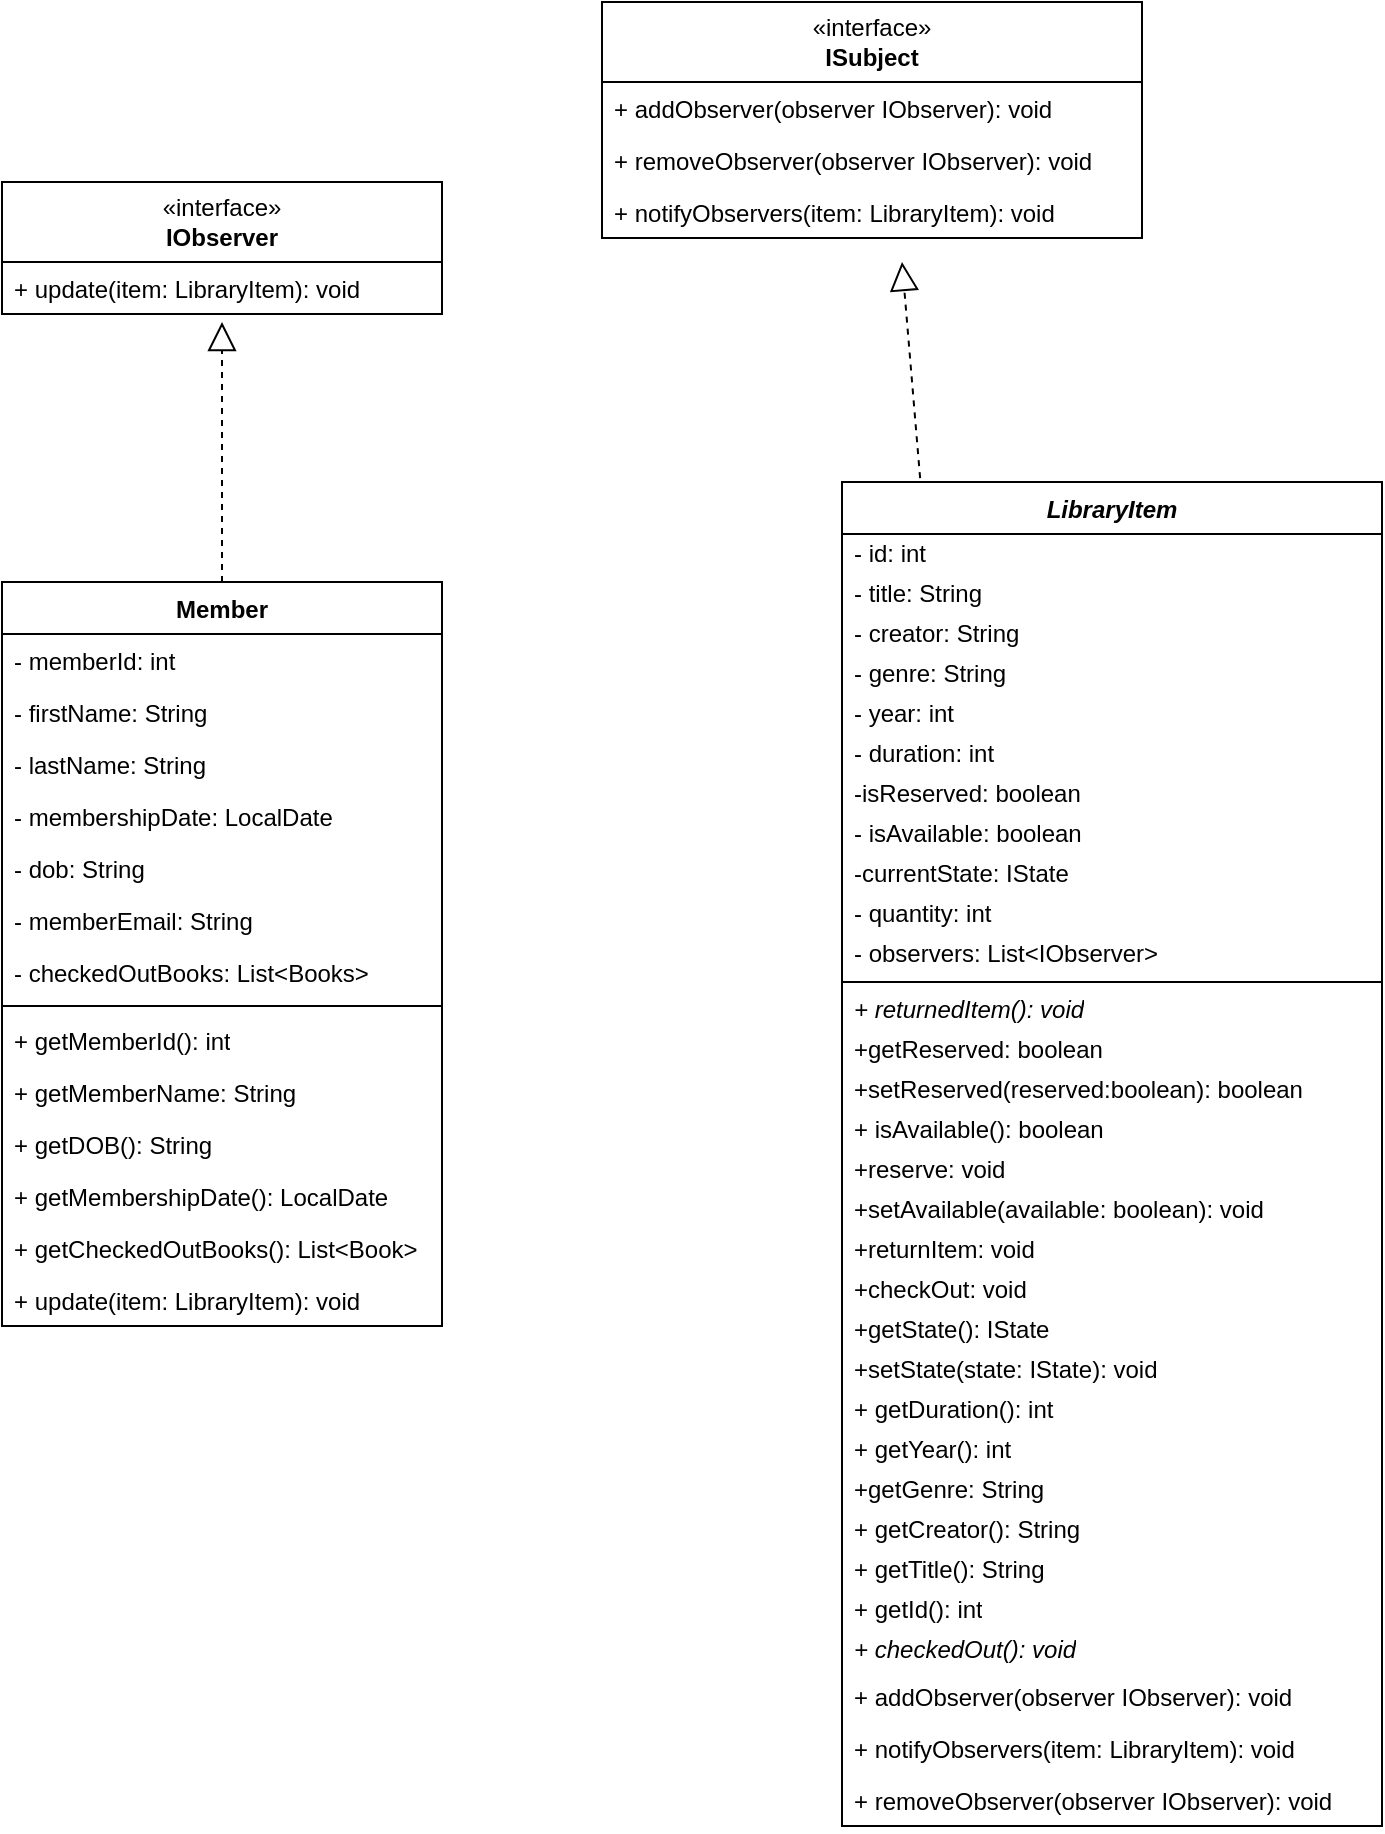
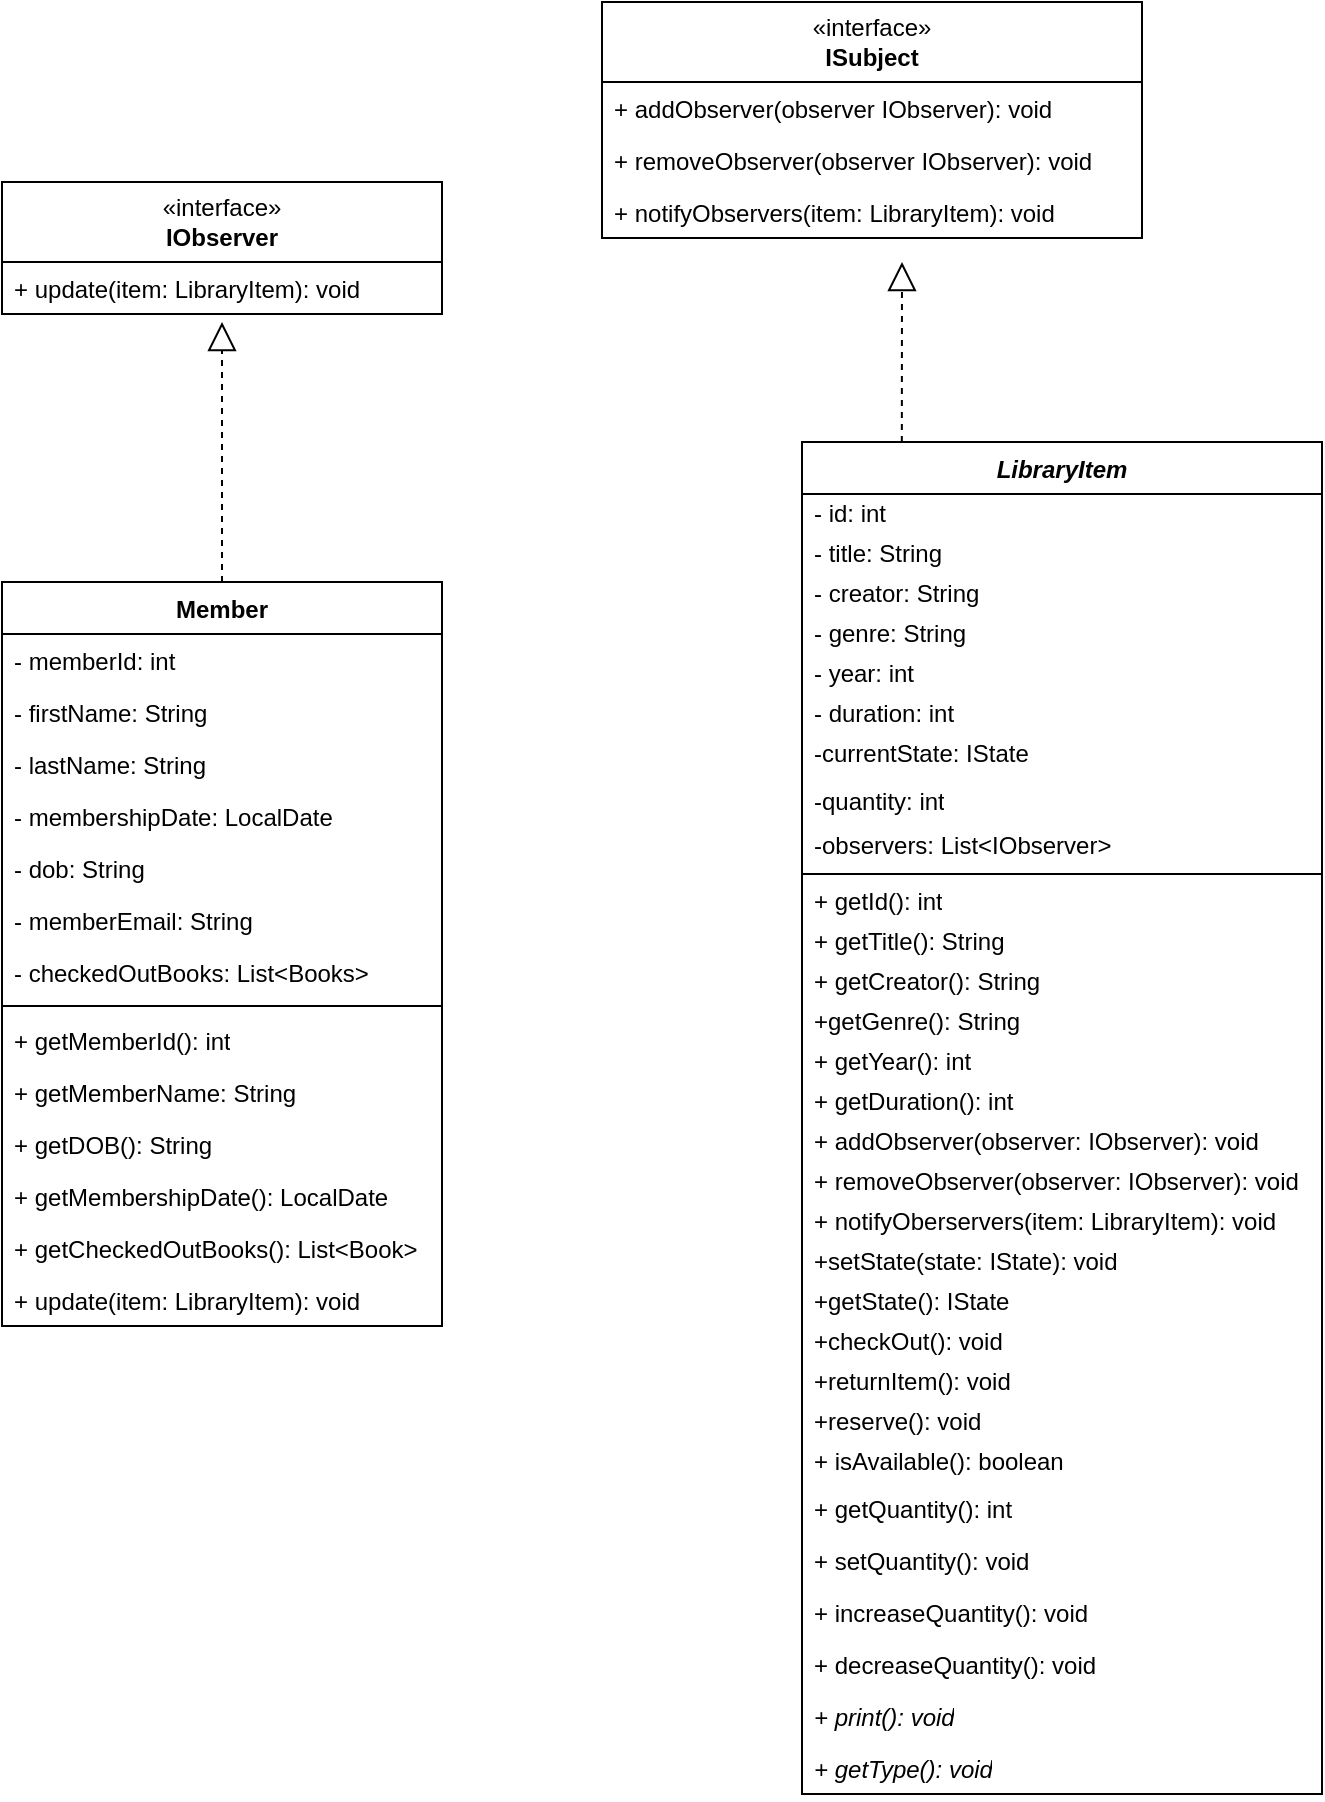
<mxfile host="app.diagrams.net">
  <diagram name="Page-1" id="d1CPLKQ8jRlcosx3fwWf">
-     <mxGraphModel dx="1341" dy="743" grid="1" gridSize="10" guides="1" tooltips="1" connect="1" arrows="1" fold="1" page="1" pageScale="1" pageWidth="850" pageHeight="1100" math="0" shadow="0">
+     <mxGraphModel dx="1676" dy="929" grid="1" gridSize="10" guides="1" tooltips="1" connect="1" arrows="1" fold="1" page="1" pageScale="1" pageWidth="850" pageHeight="1100" math="0" shadow="0">
      <root>
        <mxCell id="0" />
        <mxCell id="1" parent="0" />
        <mxCell id="VerSlCWYiG7tneTiTbQR-1" parent="1" style="swimlane;fontStyle=0;childLayout=stackLayout;horizontal=1;startSize=40;fillColor=none;horizontalStack=0;resizeParent=1;resizeParentMax=0;resizeLast=0;collapsible=1;marginBottom=0;whiteSpace=wrap;html=1;" value="«interface»&lt;br&gt;&lt;b&gt;IObserver&lt;/b&gt;" vertex="1">
          <mxGeometry height="66" width="220" x="130" y="140" as="geometry" />
        </mxCell>
        <mxCell id="VerSlCWYiG7tneTiTbQR-2" parent="VerSlCWYiG7tneTiTbQR-1" style="text;strokeColor=none;fillColor=none;align=left;verticalAlign=top;spacingLeft=4;spacingRight=4;overflow=hidden;rotatable=0;points=[[0,0.5],[1,0.5]];portConstraint=eastwest;whiteSpace=wrap;html=1;" value="+ update(item: LibraryItem): void" vertex="1">
          <mxGeometry height="26" width="220" y="40" as="geometry" />
        </mxCell>
        <mxCell id="VerSlCWYiG7tneTiTbQR-8" parent="1" style="swimlane;fontStyle=0;childLayout=stackLayout;horizontal=1;startSize=40;fillColor=none;horizontalStack=0;resizeParent=1;resizeParentMax=0;resizeLast=0;collapsible=1;marginBottom=0;whiteSpace=wrap;html=1;" value="«interface»&lt;br&gt;&lt;b&gt;ISubject&lt;/b&gt;" vertex="1">
          <mxGeometry height="118" width="270" x="430" y="50" as="geometry" />
        </mxCell>
        <mxCell id="VerSlCWYiG7tneTiTbQR-9" parent="VerSlCWYiG7tneTiTbQR-8" style="text;strokeColor=none;fillColor=none;align=left;verticalAlign=top;spacingLeft=4;spacingRight=4;overflow=hidden;rotatable=0;points=[[0,0.5],[1,0.5]];portConstraint=eastwest;whiteSpace=wrap;html=1;" value="+ addObserver(observer IObserver): void&amp;nbsp;" vertex="1">
          <mxGeometry height="26" width="270" y="40" as="geometry" />
        </mxCell>
        <mxCell id="VerSlCWYiG7tneTiTbQR-10" parent="VerSlCWYiG7tneTiTbQR-8" style="text;strokeColor=none;fillColor=none;align=left;verticalAlign=top;spacingLeft=4;spacingRight=4;overflow=hidden;rotatable=0;points=[[0,0.5],[1,0.5]];portConstraint=eastwest;whiteSpace=wrap;html=1;" value="+ removeObserver(observer IObserver): void&amp;nbsp;" vertex="1">
          <mxGeometry height="26" width="270" y="66" as="geometry" />
        </mxCell>
        <mxCell id="VerSlCWYiG7tneTiTbQR-12" parent="VerSlCWYiG7tneTiTbQR-8" style="text;strokeColor=none;fillColor=none;align=left;verticalAlign=top;spacingLeft=4;spacingRight=4;overflow=hidden;rotatable=0;points=[[0,0.5],[1,0.5]];portConstraint=eastwest;whiteSpace=wrap;html=1;" value="+ notifyObservers(item: LibraryItem): void" vertex="1">
          <mxGeometry height="26" width="270" y="92" as="geometry" />
        </mxCell>
        <mxCell id="VerSlCWYiG7tneTiTbQR-28" parent="1" style="swimlane;fontStyle=1;align=center;verticalAlign=top;childLayout=stackLayout;horizontal=1;startSize=26;horizontalStack=0;resizeParent=1;resizeParentMax=0;resizeLast=0;collapsible=1;marginBottom=0;whiteSpace=wrap;html=1;" value="Member" vertex="1">
          <mxGeometry height="372" width="220" x="130" y="340" as="geometry" />
        </mxCell>
        <mxCell id="VerSlCWYiG7tneTiTbQR-14" parent="VerSlCWYiG7tneTiTbQR-28" style="text;strokeColor=none;fillColor=none;align=left;verticalAlign=top;spacingLeft=4;spacingRight=4;overflow=hidden;rotatable=0;points=[[0,0.5],[1,0.5]];portConstraint=eastwest;whiteSpace=wrap;html=1;" value="- memberId: int" vertex="1">
          <mxGeometry height="26" width="220" y="26" as="geometry" />
        </mxCell>
        <mxCell id="VerSlCWYiG7tneTiTbQR-15" parent="VerSlCWYiG7tneTiTbQR-28" style="text;strokeColor=none;fillColor=none;align=left;verticalAlign=top;spacingLeft=4;spacingRight=4;overflow=hidden;rotatable=0;points=[[0,0.5],[1,0.5]];portConstraint=eastwest;whiteSpace=wrap;html=1;" value="- firstName: String" vertex="1">
          <mxGeometry height="26" width="220" y="52" as="geometry" />
        </mxCell>
        <mxCell id="VerSlCWYiG7tneTiTbQR-16" parent="VerSlCWYiG7tneTiTbQR-28" style="text;strokeColor=none;fillColor=none;align=left;verticalAlign=top;spacingLeft=4;spacingRight=4;overflow=hidden;rotatable=0;points=[[0,0.5],[1,0.5]];portConstraint=eastwest;whiteSpace=wrap;html=1;" value="- lastName: String" vertex="1">
          <mxGeometry height="26" width="220" y="78" as="geometry" />
        </mxCell>
        <mxCell id="VerSlCWYiG7tneTiTbQR-19" parent="VerSlCWYiG7tneTiTbQR-28" style="text;strokeColor=none;fillColor=none;align=left;verticalAlign=top;spacingLeft=4;spacingRight=4;overflow=hidden;rotatable=0;points=[[0,0.5],[1,0.5]];portConstraint=eastwest;whiteSpace=wrap;html=1;" value="- membershipDate: LocalDate" vertex="1">
          <mxGeometry height="26" width="220" y="104" as="geometry" />
        </mxCell>
        <mxCell id="VerSlCWYiG7tneTiTbQR-18" parent="VerSlCWYiG7tneTiTbQR-28" style="text;strokeColor=none;fillColor=none;align=left;verticalAlign=top;spacingLeft=4;spacingRight=4;overflow=hidden;rotatable=0;points=[[0,0.5],[1,0.5]];portConstraint=eastwest;whiteSpace=wrap;html=1;" value="- dob: String" vertex="1">
          <mxGeometry height="26" width="220" y="130" as="geometry" />
        </mxCell>
        <mxCell id="VerSlCWYiG7tneTiTbQR-17" parent="VerSlCWYiG7tneTiTbQR-28" style="text;strokeColor=none;fillColor=none;align=left;verticalAlign=top;spacingLeft=4;spacingRight=4;overflow=hidden;rotatable=0;points=[[0,0.5],[1,0.5]];portConstraint=eastwest;whiteSpace=wrap;html=1;" value="- memberEmail: String" vertex="1">
          <mxGeometry height="26" width="220" y="156" as="geometry" />
        </mxCell>
        <mxCell id="VerSlCWYiG7tneTiTbQR-27" parent="VerSlCWYiG7tneTiTbQR-28" style="text;strokeColor=none;fillColor=none;align=left;verticalAlign=top;spacingLeft=4;spacingRight=4;overflow=hidden;rotatable=0;points=[[0,0.5],[1,0.5]];portConstraint=eastwest;whiteSpace=wrap;html=1;" value="- checkedOutBooks: List&amp;lt;Books&amp;gt;" vertex="1">
          <mxGeometry height="26" width="220" y="182" as="geometry" />
        </mxCell>
        <mxCell id="VerSlCWYiG7tneTiTbQR-30" parent="VerSlCWYiG7tneTiTbQR-28" style="line;strokeWidth=1;fillColor=none;align=left;verticalAlign=middle;spacingTop=-1;spacingLeft=3;spacingRight=3;rotatable=0;labelPosition=right;points=[];portConstraint=eastwest;strokeColor=inherit;" value="" vertex="1">
          <mxGeometry height="8" width="220" y="208" as="geometry" />
        </mxCell>
        <mxCell id="VerSlCWYiG7tneTiTbQR-31" parent="VerSlCWYiG7tneTiTbQR-28" style="text;strokeColor=none;fillColor=none;align=left;verticalAlign=top;spacingLeft=4;spacingRight=4;overflow=hidden;rotatable=0;points=[[0,0.5],[1,0.5]];portConstraint=eastwest;whiteSpace=wrap;html=1;" value="+ getMemberId(): int" vertex="1">
          <mxGeometry height="26" width="220" y="216" as="geometry" />
        </mxCell>
        <mxCell id="VerSlCWYiG7tneTiTbQR-32" parent="VerSlCWYiG7tneTiTbQR-28" style="text;strokeColor=none;fillColor=none;align=left;verticalAlign=top;spacingLeft=4;spacingRight=4;overflow=hidden;rotatable=0;points=[[0,0.5],[1,0.5]];portConstraint=eastwest;whiteSpace=wrap;html=1;" value="+ getMemberName: String" vertex="1">
          <mxGeometry height="26" width="220" y="242" as="geometry" />
        </mxCell>
        <mxCell id="VerSlCWYiG7tneTiTbQR-33" parent="VerSlCWYiG7tneTiTbQR-28" style="text;strokeColor=none;fillColor=none;align=left;verticalAlign=top;spacingLeft=4;spacingRight=4;overflow=hidden;rotatable=0;points=[[0,0.5],[1,0.5]];portConstraint=eastwest;whiteSpace=wrap;html=1;" value="+ getDOB(): String" vertex="1">
          <mxGeometry height="26" width="220" y="268" as="geometry" />
        </mxCell>
        <mxCell id="VerSlCWYiG7tneTiTbQR-34" parent="VerSlCWYiG7tneTiTbQR-28" style="text;strokeColor=none;fillColor=none;align=left;verticalAlign=top;spacingLeft=4;spacingRight=4;overflow=hidden;rotatable=0;points=[[0,0.5],[1,0.5]];portConstraint=eastwest;whiteSpace=wrap;html=1;" value="+ getMembershipDate(): LocalDate" vertex="1">
          <mxGeometry height="26" width="220" y="294" as="geometry" />
        </mxCell>
        <mxCell id="VerSlCWYiG7tneTiTbQR-35" parent="VerSlCWYiG7tneTiTbQR-28" style="text;strokeColor=none;fillColor=none;align=left;verticalAlign=top;spacingLeft=4;spacingRight=4;overflow=hidden;rotatable=0;points=[[0,0.5],[1,0.5]];portConstraint=eastwest;whiteSpace=wrap;html=1;" value="+ getCheckedOutBooks(): List&amp;lt;Book&amp;gt;" vertex="1">
          <mxGeometry height="26" width="220" y="320" as="geometry" />
        </mxCell>
        <mxCell id="VerSlCWYiG7tneTiTbQR-36" parent="VerSlCWYiG7tneTiTbQR-28" style="text;strokeColor=none;fillColor=none;align=left;verticalAlign=top;spacingLeft=4;spacingRight=4;overflow=hidden;rotatable=0;points=[[0,0.5],[1,0.5]];portConstraint=eastwest;whiteSpace=wrap;html=1;" value="+ update(item: LibraryItem): void" vertex="1">
          <mxGeometry height="26" width="220" y="346" as="geometry" />
        </mxCell>
        <mxCell id="VerSlCWYiG7tneTiTbQR-65" edge="1" parent="1" source="VerSlCWYiG7tneTiTbQR-28" style="endArrow=block;dashed=1;endFill=0;endSize=12;html=1;rounded=0;exitX=0.5;exitY=0;exitDx=0;exitDy=0;" value="">
          <mxGeometry relative="1" width="160" as="geometry">
            <mxPoint x="350" y="280" as="sourcePoint" />
            <mxPoint x="240" y="210" as="targetPoint" />
          </mxGeometry>
        </mxCell>
-         <mxCell id="VerSlCWYiG7tneTiTbQR-66" edge="1" parent="1" style="endArrow=block;dashed=1;endFill=0;endSize=12;html=1;rounded=0;exitX=0.474;exitY=0;exitDx=0;exitDy=0;exitPerimeter=0;" value="">
+         <mxCell id="VerSlCWYiG7tneTiTbQR-66" edge="1" parent="1" source="c-V72etk8_Bwf_LZg_9q-1" style="endArrow=block;dashed=1;endFill=0;endSize=12;html=1;rounded=0;exitX=0.192;exitY=0;exitDx=0;exitDy=0;exitPerimeter=0;" value="">
          <mxGeometry relative="1" width="160" as="geometry">
-             <mxPoint x="590.06" y="300" as="sourcePoint" />
+             <mxPoint x="580" y="260" as="sourcePoint" />
            <mxPoint x="580" y="180" as="targetPoint" />
          </mxGeometry>
        </mxCell>
-         <mxCell id="VerSlCWYiG7tneTiTbQR-68" parent="1" style="swimlane;fontStyle=1;align=center;verticalAlign=top;childLayout=stackLayout;horizontal=1;startSize=26;horizontalStack=0;resizeParent=1;resizeParentMax=0;resizeLast=0;collapsible=1;marginBottom=0;whiteSpace=wrap;html=1;" value="&lt;i&gt;LibraryItem&lt;/i&gt;" vertex="1">
-           <mxGeometry height="672" width="270" x="550" y="290" as="geometry" />
+         <mxCell id="c-V72etk8_Bwf_LZg_9q-1" parent="1" style="swimlane;fontStyle=1;align=center;verticalAlign=top;childLayout=stackLayout;horizontal=1;startSize=26;horizontalStack=0;resizeParent=1;resizeParentMax=0;resizeLast=0;collapsible=1;marginBottom=0;whiteSpace=wrap;html=1;" value="&lt;i&gt;LibraryItem&lt;/i&gt;" vertex="1">
+           <mxGeometry height="676" width="260" x="530" y="270" as="geometry" />
        </mxCell>
-         <mxCell id="VerSlCWYiG7tneTiTbQR-38" parent="VerSlCWYiG7tneTiTbQR-68" style="text;strokeColor=none;fillColor=none;align=left;verticalAlign=middle;spacingLeft=4;spacingRight=4;overflow=hidden;points=[[0,0.5],[1,0.5]];portConstraint=eastwest;rotatable=0;whiteSpace=wrap;html=1;fontStyle=0" value="- id: int" vertex="1">
-           <mxGeometry height="20" width="270" y="26" as="geometry" />
+         <mxCell id="c-V72etk8_Bwf_LZg_9q-2" parent="c-V72etk8_Bwf_LZg_9q-1" style="text;strokeColor=none;fillColor=none;align=left;verticalAlign=middle;spacingLeft=4;spacingRight=4;overflow=hidden;points=[[0,0.5],[1,0.5]];portConstraint=eastwest;rotatable=0;whiteSpace=wrap;html=1;fontStyle=0" value="- id: int" vertex="1">
+           <mxGeometry height="20" width="260" y="26" as="geometry" />
        </mxCell>
-         <mxCell id="VerSlCWYiG7tneTiTbQR-39" parent="VerSlCWYiG7tneTiTbQR-68" style="text;strokeColor=none;fillColor=none;align=left;verticalAlign=middle;spacingLeft=4;spacingRight=4;overflow=hidden;points=[[0,0.5],[1,0.5]];portConstraint=eastwest;rotatable=0;whiteSpace=wrap;html=1;fontStyle=0" value="- title: String" vertex="1">
-           <mxGeometry height="20" width="270" y="46" as="geometry" />
+         <mxCell id="c-V72etk8_Bwf_LZg_9q-3" parent="c-V72etk8_Bwf_LZg_9q-1" style="text;strokeColor=none;fillColor=none;align=left;verticalAlign=middle;spacingLeft=4;spacingRight=4;overflow=hidden;points=[[0,0.5],[1,0.5]];portConstraint=eastwest;rotatable=0;whiteSpace=wrap;html=1;fontStyle=0" value="- title: String" vertex="1">
+           <mxGeometry height="20" width="260" y="46" as="geometry" />
        </mxCell>
-         <mxCell id="VerSlCWYiG7tneTiTbQR-40" parent="VerSlCWYiG7tneTiTbQR-68" style="text;strokeColor=none;fillColor=none;align=left;verticalAlign=middle;spacingLeft=4;spacingRight=4;overflow=hidden;points=[[0,0.5],[1,0.5]];portConstraint=eastwest;rotatable=0;whiteSpace=wrap;html=1;fontStyle=0" value="- creator: String" vertex="1">
-           <mxGeometry height="20" width="270" y="66" as="geometry" />
+         <mxCell id="c-V72etk8_Bwf_LZg_9q-4" parent="c-V72etk8_Bwf_LZg_9q-1" style="text;strokeColor=none;fillColor=none;align=left;verticalAlign=middle;spacingLeft=4;spacingRight=4;overflow=hidden;points=[[0,0.5],[1,0.5]];portConstraint=eastwest;rotatable=0;whiteSpace=wrap;html=1;fontStyle=0" value="- creator: String" vertex="1">
+           <mxGeometry height="20" width="260" y="66" as="geometry" />
        </mxCell>
-         <mxCell id="VerSlCWYiG7tneTiTbQR-41" parent="VerSlCWYiG7tneTiTbQR-68" style="text;strokeColor=none;fillColor=none;align=left;verticalAlign=middle;spacingLeft=4;spacingRight=4;overflow=hidden;points=[[0,0.5],[1,0.5]];portConstraint=eastwest;rotatable=0;whiteSpace=wrap;html=1;fontStyle=0" value="- genre: String" vertex="1">
-           <mxGeometry height="20" width="270" y="86" as="geometry" />
+         <mxCell id="c-V72etk8_Bwf_LZg_9q-5" parent="c-V72etk8_Bwf_LZg_9q-1" style="text;strokeColor=none;fillColor=none;align=left;verticalAlign=middle;spacingLeft=4;spacingRight=4;overflow=hidden;points=[[0,0.5],[1,0.5]];portConstraint=eastwest;rotatable=0;whiteSpace=wrap;html=1;fontStyle=0" value="- genre: String" vertex="1">
+           <mxGeometry height="20" width="260" y="86" as="geometry" />
        </mxCell>
-         <mxCell id="VerSlCWYiG7tneTiTbQR-43" parent="VerSlCWYiG7tneTiTbQR-68" style="text;strokeColor=none;fillColor=none;align=left;verticalAlign=middle;spacingLeft=4;spacingRight=4;overflow=hidden;points=[[0,0.5],[1,0.5]];portConstraint=eastwest;rotatable=0;whiteSpace=wrap;html=1;fontStyle=0" value="- year: int" vertex="1">
-           <mxGeometry height="20" width="270" y="106" as="geometry" />
+         <mxCell id="c-V72etk8_Bwf_LZg_9q-6" parent="c-V72etk8_Bwf_LZg_9q-1" style="text;strokeColor=none;fillColor=none;align=left;verticalAlign=middle;spacingLeft=4;spacingRight=4;overflow=hidden;points=[[0,0.5],[1,0.5]];portConstraint=eastwest;rotatable=0;whiteSpace=wrap;html=1;fontStyle=0" value="- year: int" vertex="1">
+           <mxGeometry height="20" width="260" y="106" as="geometry" />
        </mxCell>
-         <mxCell id="VerSlCWYiG7tneTiTbQR-42" parent="VerSlCWYiG7tneTiTbQR-68" style="text;strokeColor=none;fillColor=none;align=left;verticalAlign=middle;spacingLeft=4;spacingRight=4;overflow=hidden;points=[[0,0.5],[1,0.5]];portConstraint=eastwest;rotatable=0;whiteSpace=wrap;html=1;fontStyle=0" value="- duration: int" vertex="1">
-           <mxGeometry height="20" width="270" y="126" as="geometry" />
+         <mxCell id="c-V72etk8_Bwf_LZg_9q-7" parent="c-V72etk8_Bwf_LZg_9q-1" style="text;strokeColor=none;fillColor=none;align=left;verticalAlign=middle;spacingLeft=4;spacingRight=4;overflow=hidden;points=[[0,0.5],[1,0.5]];portConstraint=eastwest;rotatable=0;whiteSpace=wrap;html=1;fontStyle=0" value="- duration: int" vertex="1">
+           <mxGeometry height="20" width="260" y="126" as="geometry" />
        </mxCell>
-         <mxCell id="VerSlCWYiG7tneTiTbQR-45" parent="VerSlCWYiG7tneTiTbQR-68" style="text;strokeColor=none;fillColor=none;align=left;verticalAlign=middle;spacingLeft=4;spacingRight=4;overflow=hidden;points=[[0,0.5],[1,0.5]];portConstraint=eastwest;rotatable=0;whiteSpace=wrap;html=1;fontStyle=2" value="&lt;span style=&quot;font-style: normal;&quot;&gt;-isReserved: boolean&lt;/span&gt;" vertex="1">
-           <mxGeometry height="20" width="270" y="146" as="geometry" />
+         <mxCell id="c-V72etk8_Bwf_LZg_9q-8" parent="c-V72etk8_Bwf_LZg_9q-1" style="text;strokeColor=none;fillColor=none;align=left;verticalAlign=middle;spacingLeft=4;spacingRight=4;overflow=hidden;points=[[0,0.5],[1,0.5]];portConstraint=eastwest;rotatable=0;whiteSpace=wrap;html=1;fontStyle=2" value="&lt;span style=&quot;font-style: normal;&quot;&gt;-currentState: IState&lt;/span&gt;" vertex="1">
+           <mxGeometry height="20" width="260" y="146" as="geometry" />
        </mxCell>
-         <mxCell id="VerSlCWYiG7tneTiTbQR-44" parent="VerSlCWYiG7tneTiTbQR-68" style="text;strokeColor=none;fillColor=none;align=left;verticalAlign=middle;spacingLeft=4;spacingRight=4;overflow=hidden;points=[[0,0.5],[1,0.5]];portConstraint=eastwest;rotatable=0;whiteSpace=wrap;html=1;fontStyle=2" value="&lt;span style=&quot;font-style: normal;&quot;&gt;- isAvailable: boolean&lt;/span&gt;" vertex="1">
-           <mxGeometry height="20" width="270" y="166" as="geometry" />
+         <mxCell id="c-V72etk8_Bwf_LZg_9q-9" parent="c-V72etk8_Bwf_LZg_9q-1" style="text;strokeColor=none;fillColor=none;align=left;verticalAlign=top;spacingLeft=4;spacingRight=4;overflow=hidden;rotatable=0;points=[[0,0.5],[1,0.5]];portConstraint=eastwest;whiteSpace=wrap;html=1;" value="-quantity: int" vertex="1">
+           <mxGeometry height="26" width="260" y="166" as="geometry" />
        </mxCell>
-         <mxCell id="VerSlCWYiG7tneTiTbQR-46" parent="VerSlCWYiG7tneTiTbQR-68" style="text;strokeColor=none;fillColor=none;align=left;verticalAlign=middle;spacingLeft=4;spacingRight=4;overflow=hidden;points=[[0,0.5],[1,0.5]];portConstraint=eastwest;rotatable=0;whiteSpace=wrap;html=1;fontStyle=2" value="&lt;span style=&quot;font-style: normal;&quot;&gt;-currentState: IState&lt;/span&gt;" vertex="1">
-           <mxGeometry height="20" width="270" y="186" as="geometry" />
+         <mxCell id="c-V72etk8_Bwf_LZg_9q-10" parent="c-V72etk8_Bwf_LZg_9q-1" style="text;strokeColor=none;fillColor=none;align=left;verticalAlign=middle;spacingLeft=4;spacingRight=4;overflow=hidden;points=[[0,0.5],[1,0.5]];portConstraint=eastwest;rotatable=0;whiteSpace=wrap;html=1;fontStyle=2" value="&lt;span style=&quot;font-style: normal;&quot;&gt;-observers: List&amp;lt;IObserver&amp;gt;&lt;/span&gt;" vertex="1">
+           <mxGeometry height="20" width="260" y="192" as="geometry" />
        </mxCell>
-         <mxCell id="VerSlCWYiG7tneTiTbQR-72" parent="VerSlCWYiG7tneTiTbQR-68" style="text;strokeColor=none;fillColor=none;align=left;verticalAlign=middle;spacingLeft=4;spacingRight=4;overflow=hidden;points=[[0,0.5],[1,0.5]];portConstraint=eastwest;rotatable=0;whiteSpace=wrap;html=1;fontStyle=2" value="&lt;span style=&quot;font-style: normal;&quot;&gt;- quantity: int&lt;/span&gt;" vertex="1">
-           <mxGeometry height="20" width="270" y="206" as="geometry" />
+         <mxCell id="c-V72etk8_Bwf_LZg_9q-11" parent="c-V72etk8_Bwf_LZg_9q-1" style="line;strokeWidth=1;fillColor=none;align=left;verticalAlign=middle;spacingTop=-1;spacingLeft=3;spacingRight=3;rotatable=0;labelPosition=right;points=[];portConstraint=eastwest;strokeColor=inherit;" value="" vertex="1">
+           <mxGeometry height="8" width="260" y="212" as="geometry" />
        </mxCell>
-         <mxCell id="VerSlCWYiG7tneTiTbQR-73" parent="VerSlCWYiG7tneTiTbQR-68" style="text;strokeColor=none;fillColor=none;align=left;verticalAlign=middle;spacingLeft=4;spacingRight=4;overflow=hidden;points=[[0,0.5],[1,0.5]];portConstraint=eastwest;rotatable=0;whiteSpace=wrap;html=1;fontStyle=2" value="&lt;span style=&quot;font-style: normal;&quot;&gt;- observers: List&amp;lt;IObserver&amp;gt;&lt;/span&gt;" vertex="1">
-           <mxGeometry height="20" width="270" y="226" as="geometry" />
+         <mxCell id="c-V72etk8_Bwf_LZg_9q-12" parent="c-V72etk8_Bwf_LZg_9q-1" style="text;strokeColor=none;fillColor=none;align=left;verticalAlign=middle;spacingLeft=4;spacingRight=4;overflow=hidden;points=[[0,0.5],[1,0.5]];portConstraint=eastwest;rotatable=0;whiteSpace=wrap;html=1;" value="+ getId(): int" vertex="1">
+           <mxGeometry height="20" width="260" y="220" as="geometry" />
        </mxCell>
-         <mxCell id="VerSlCWYiG7tneTiTbQR-70" parent="VerSlCWYiG7tneTiTbQR-68" style="line;strokeWidth=1;fillColor=none;align=left;verticalAlign=middle;spacingTop=-1;spacingLeft=3;spacingRight=3;rotatable=0;labelPosition=right;points=[];portConstraint=eastwest;strokeColor=inherit;" value="" vertex="1">
-           <mxGeometry height="8" width="270" y="246" as="geometry" />
+         <mxCell id="c-V72etk8_Bwf_LZg_9q-13" parent="c-V72etk8_Bwf_LZg_9q-1" style="text;strokeColor=none;fillColor=none;align=left;verticalAlign=middle;spacingLeft=4;spacingRight=4;overflow=hidden;points=[[0,0.5],[1,0.5]];portConstraint=eastwest;rotatable=0;whiteSpace=wrap;html=1;" value="+ getTitle(): String" vertex="1">
+           <mxGeometry height="20" width="260" y="240" as="geometry" />
        </mxCell>
-         <mxCell id="VerSlCWYiG7tneTiTbQR-47" parent="VerSlCWYiG7tneTiTbQR-68" style="text;strokeColor=none;fillColor=none;align=left;verticalAlign=middle;spacingLeft=4;spacingRight=4;overflow=hidden;points=[[0,0.5],[1,0.5]];portConstraint=eastwest;rotatable=0;whiteSpace=wrap;html=1;fontStyle=2" value="+ returnedItem(): void" vertex="1">
-           <mxGeometry height="20" width="270" y="254" as="geometry" />
+         <mxCell id="c-V72etk8_Bwf_LZg_9q-14" parent="c-V72etk8_Bwf_LZg_9q-1" style="text;strokeColor=none;fillColor=none;align=left;verticalAlign=middle;spacingLeft=4;spacingRight=4;overflow=hidden;points=[[0,0.5],[1,0.5]];portConstraint=eastwest;rotatable=0;whiteSpace=wrap;html=1;" value="+ getCreator(): String" vertex="1">
+           <mxGeometry height="20" width="260" y="260" as="geometry" />
        </mxCell>
-         <mxCell id="VerSlCWYiG7tneTiTbQR-64" parent="VerSlCWYiG7tneTiTbQR-68" style="text;strokeColor=none;fillColor=none;align=left;verticalAlign=middle;spacingLeft=4;spacingRight=4;overflow=hidden;points=[[0,0.5],[1,0.5]];portConstraint=eastwest;rotatable=0;whiteSpace=wrap;html=1;" value="+getReserved: boolean" vertex="1">
-           <mxGeometry height="20" width="270" y="274" as="geometry" />
+         <mxCell id="c-V72etk8_Bwf_LZg_9q-15" parent="c-V72etk8_Bwf_LZg_9q-1" style="text;strokeColor=none;fillColor=none;align=left;verticalAlign=middle;spacingLeft=4;spacingRight=4;overflow=hidden;points=[[0,0.5],[1,0.5]];portConstraint=eastwest;rotatable=0;whiteSpace=wrap;html=1;" value="+getGenre(): String" vertex="1">
+           <mxGeometry height="20" width="260" y="280" as="geometry" />
        </mxCell>
-         <mxCell id="VerSlCWYiG7tneTiTbQR-63" parent="VerSlCWYiG7tneTiTbQR-68" style="text;strokeColor=none;fillColor=none;align=left;verticalAlign=middle;spacingLeft=4;spacingRight=4;overflow=hidden;points=[[0,0.5],[1,0.5]];portConstraint=eastwest;rotatable=0;whiteSpace=wrap;html=1;" value="+setReserved(reserved:boolean): boolean" vertex="1">
-           <mxGeometry height="20" width="270" y="294" as="geometry" />
+         <mxCell id="c-V72etk8_Bwf_LZg_9q-16" parent="c-V72etk8_Bwf_LZg_9q-1" style="text;strokeColor=none;fillColor=none;align=left;verticalAlign=middle;spacingLeft=4;spacingRight=4;overflow=hidden;points=[[0,0.5],[1,0.5]];portConstraint=eastwest;rotatable=0;whiteSpace=wrap;html=1;" value="+ getYear(): int" vertex="1">
+           <mxGeometry height="20" width="260" y="300" as="geometry" />
        </mxCell>
-         <mxCell id="VerSlCWYiG7tneTiTbQR-61" parent="VerSlCWYiG7tneTiTbQR-68" style="text;strokeColor=none;fillColor=none;align=left;verticalAlign=middle;spacingLeft=4;spacingRight=4;overflow=hidden;points=[[0,0.5],[1,0.5]];portConstraint=eastwest;rotatable=0;whiteSpace=wrap;html=1;" value="+ isAvailable(): boolean" vertex="1">
-           <mxGeometry height="20" width="270" y="314" as="geometry" />
+         <mxCell id="c-V72etk8_Bwf_LZg_9q-17" parent="c-V72etk8_Bwf_LZg_9q-1" style="text;strokeColor=none;fillColor=none;align=left;verticalAlign=middle;spacingLeft=4;spacingRight=4;overflow=hidden;points=[[0,0.5],[1,0.5]];portConstraint=eastwest;rotatable=0;whiteSpace=wrap;html=1;" value="+ getDuration(): int" vertex="1">
+           <mxGeometry height="20" width="260" y="320" as="geometry" />
        </mxCell>
-         <mxCell id="VerSlCWYiG7tneTiTbQR-59" parent="VerSlCWYiG7tneTiTbQR-68" style="text;strokeColor=none;fillColor=none;align=left;verticalAlign=middle;spacingLeft=4;spacingRight=4;overflow=hidden;points=[[0,0.5],[1,0.5]];portConstraint=eastwest;rotatable=0;whiteSpace=wrap;html=1;" value="+reserve: void" vertex="1">
-           <mxGeometry height="20" width="270" y="334" as="geometry" />
+         <mxCell id="c-V72etk8_Bwf_LZg_9q-18" parent="c-V72etk8_Bwf_LZg_9q-1" style="text;strokeColor=none;fillColor=none;align=left;verticalAlign=middle;spacingLeft=4;spacingRight=4;overflow=hidden;points=[[0,0.5],[1,0.5]];portConstraint=eastwest;rotatable=0;whiteSpace=wrap;html=1;" value="+ addObserver(observer: IObserver): void" vertex="1">
+           <mxGeometry height="20" width="260" y="340" as="geometry" />
        </mxCell>
-         <mxCell id="VerSlCWYiG7tneTiTbQR-60" parent="VerSlCWYiG7tneTiTbQR-68" style="text;strokeColor=none;fillColor=none;align=left;verticalAlign=middle;spacingLeft=4;spacingRight=4;overflow=hidden;points=[[0,0.5],[1,0.5]];portConstraint=eastwest;rotatable=0;whiteSpace=wrap;html=1;" value="+setAvailable(available: boolean): void" vertex="1">
-           <mxGeometry height="20" width="270" y="354" as="geometry" />
+         <mxCell id="c-V72etk8_Bwf_LZg_9q-19" parent="c-V72etk8_Bwf_LZg_9q-1" style="text;strokeColor=none;fillColor=none;align=left;verticalAlign=middle;spacingLeft=4;spacingRight=4;overflow=hidden;points=[[0,0.5],[1,0.5]];portConstraint=eastwest;rotatable=0;whiteSpace=wrap;html=1;" value="+ removeObserver(observer: IObserver): void" vertex="1">
+           <mxGeometry height="20" width="260" y="360" as="geometry" />
        </mxCell>
-         <mxCell id="VerSlCWYiG7tneTiTbQR-58" parent="VerSlCWYiG7tneTiTbQR-68" style="text;strokeColor=none;fillColor=none;align=left;verticalAlign=middle;spacingLeft=4;spacingRight=4;overflow=hidden;points=[[0,0.5],[1,0.5]];portConstraint=eastwest;rotatable=0;whiteSpace=wrap;html=1;" value="+returnItem: void" vertex="1">
-           <mxGeometry height="20" width="270" y="374" as="geometry" />
+         <mxCell id="c-V72etk8_Bwf_LZg_9q-20" parent="c-V72etk8_Bwf_LZg_9q-1" style="text;strokeColor=none;fillColor=none;align=left;verticalAlign=middle;spacingLeft=4;spacingRight=4;overflow=hidden;points=[[0,0.5],[1,0.5]];portConstraint=eastwest;rotatable=0;whiteSpace=wrap;html=1;" value="+ notifyOberservers(item: LibraryItem): void" vertex="1">
+           <mxGeometry height="20" width="260" y="380" as="geometry" />
        </mxCell>
-         <mxCell id="VerSlCWYiG7tneTiTbQR-57" parent="VerSlCWYiG7tneTiTbQR-68" style="text;strokeColor=none;fillColor=none;align=left;verticalAlign=middle;spacingLeft=4;spacingRight=4;overflow=hidden;points=[[0,0.5],[1,0.5]];portConstraint=eastwest;rotatable=0;whiteSpace=wrap;html=1;" value="+checkOut: void" vertex="1">
-           <mxGeometry height="20" width="270" y="394" as="geometry" />
+         <mxCell id="c-V72etk8_Bwf_LZg_9q-21" parent="c-V72etk8_Bwf_LZg_9q-1" style="text;strokeColor=none;fillColor=none;align=left;verticalAlign=middle;spacingLeft=4;spacingRight=4;overflow=hidden;points=[[0,0.5],[1,0.5]];portConstraint=eastwest;rotatable=0;whiteSpace=wrap;html=1;" value="+setState(state: IState): void" vertex="1">
+           <mxGeometry height="20" width="260" y="400" as="geometry" />
        </mxCell>
-         <mxCell id="VerSlCWYiG7tneTiTbQR-56" parent="VerSlCWYiG7tneTiTbQR-68" style="text;strokeColor=none;fillColor=none;align=left;verticalAlign=middle;spacingLeft=4;spacingRight=4;overflow=hidden;points=[[0,0.5],[1,0.5]];portConstraint=eastwest;rotatable=0;whiteSpace=wrap;html=1;" value="+getState(): IState" vertex="1">
-           <mxGeometry height="20" width="270" y="414" as="geometry" />
+         <mxCell id="c-V72etk8_Bwf_LZg_9q-22" parent="c-V72etk8_Bwf_LZg_9q-1" style="text;strokeColor=none;fillColor=none;align=left;verticalAlign=middle;spacingLeft=4;spacingRight=4;overflow=hidden;points=[[0,0.5],[1,0.5]];portConstraint=eastwest;rotatable=0;whiteSpace=wrap;html=1;" value="+getState(): IState" vertex="1">
+           <mxGeometry height="20" width="260" y="420" as="geometry" />
        </mxCell>
-         <mxCell id="VerSlCWYiG7tneTiTbQR-55" parent="VerSlCWYiG7tneTiTbQR-68" style="text;strokeColor=none;fillColor=none;align=left;verticalAlign=middle;spacingLeft=4;spacingRight=4;overflow=hidden;points=[[0,0.5],[1,0.5]];portConstraint=eastwest;rotatable=0;whiteSpace=wrap;html=1;" value="+setState(state: IState): void" vertex="1">
-           <mxGeometry height="20" width="270" y="434" as="geometry" />
+         <mxCell id="c-V72etk8_Bwf_LZg_9q-23" parent="c-V72etk8_Bwf_LZg_9q-1" style="text;strokeColor=none;fillColor=none;align=left;verticalAlign=middle;spacingLeft=4;spacingRight=4;overflow=hidden;points=[[0,0.5],[1,0.5]];portConstraint=eastwest;rotatable=0;whiteSpace=wrap;html=1;" value="+checkOut(): void" vertex="1">
+           <mxGeometry height="20" width="260" y="440" as="geometry" />
        </mxCell>
-         <mxCell id="VerSlCWYiG7tneTiTbQR-54" parent="VerSlCWYiG7tneTiTbQR-68" style="text;strokeColor=none;fillColor=none;align=left;verticalAlign=middle;spacingLeft=4;spacingRight=4;overflow=hidden;points=[[0,0.5],[1,0.5]];portConstraint=eastwest;rotatable=0;whiteSpace=wrap;html=1;" value="+ getDuration(): int" vertex="1">
-           <mxGeometry height="20" width="270" y="454" as="geometry" />
+         <mxCell id="c-V72etk8_Bwf_LZg_9q-24" parent="c-V72etk8_Bwf_LZg_9q-1" style="text;strokeColor=none;fillColor=none;align=left;verticalAlign=middle;spacingLeft=4;spacingRight=4;overflow=hidden;points=[[0,0.5],[1,0.5]];portConstraint=eastwest;rotatable=0;whiteSpace=wrap;html=1;" value="+returnItem(): void" vertex="1">
+           <mxGeometry height="20" width="260" y="460" as="geometry" />
        </mxCell>
-         <mxCell id="VerSlCWYiG7tneTiTbQR-53" parent="VerSlCWYiG7tneTiTbQR-68" style="text;strokeColor=none;fillColor=none;align=left;verticalAlign=middle;spacingLeft=4;spacingRight=4;overflow=hidden;points=[[0,0.5],[1,0.5]];portConstraint=eastwest;rotatable=0;whiteSpace=wrap;html=1;" value="+ getYear(): int" vertex="1">
-           <mxGeometry height="20" width="270" y="474" as="geometry" />
+         <mxCell id="c-V72etk8_Bwf_LZg_9q-25" parent="c-V72etk8_Bwf_LZg_9q-1" style="text;strokeColor=none;fillColor=none;align=left;verticalAlign=middle;spacingLeft=4;spacingRight=4;overflow=hidden;points=[[0,0.5],[1,0.5]];portConstraint=eastwest;rotatable=0;whiteSpace=wrap;html=1;" value="+reserve(): void" vertex="1">
+           <mxGeometry height="20" width="260" y="480" as="geometry" />
        </mxCell>
-         <mxCell id="VerSlCWYiG7tneTiTbQR-52" parent="VerSlCWYiG7tneTiTbQR-68" style="text;strokeColor=none;fillColor=none;align=left;verticalAlign=middle;spacingLeft=4;spacingRight=4;overflow=hidden;points=[[0,0.5],[1,0.5]];portConstraint=eastwest;rotatable=0;whiteSpace=wrap;html=1;" value="+getGenre: String" vertex="1">
-           <mxGeometry height="20" width="270" y="494" as="geometry" />
+         <mxCell id="c-V72etk8_Bwf_LZg_9q-26" parent="c-V72etk8_Bwf_LZg_9q-1" style="text;strokeColor=none;fillColor=none;align=left;verticalAlign=middle;spacingLeft=4;spacingRight=4;overflow=hidden;points=[[0,0.5],[1,0.5]];portConstraint=eastwest;rotatable=0;whiteSpace=wrap;html=1;" value="+ isAvailable(): boolean" vertex="1">
+           <mxGeometry height="20" width="260" y="500" as="geometry" />
        </mxCell>
-         <mxCell id="VerSlCWYiG7tneTiTbQR-51" parent="VerSlCWYiG7tneTiTbQR-68" style="text;strokeColor=none;fillColor=none;align=left;verticalAlign=middle;spacingLeft=4;spacingRight=4;overflow=hidden;points=[[0,0.5],[1,0.5]];portConstraint=eastwest;rotatable=0;whiteSpace=wrap;html=1;" value="+ getCreator(): String" vertex="1">
-           <mxGeometry height="20" width="270" y="514" as="geometry" />
+         <mxCell id="c-V72etk8_Bwf_LZg_9q-27" parent="c-V72etk8_Bwf_LZg_9q-1" style="text;strokeColor=none;fillColor=none;align=left;verticalAlign=top;spacingLeft=4;spacingRight=4;overflow=hidden;rotatable=0;points=[[0,0.5],[1,0.5]];portConstraint=eastwest;whiteSpace=wrap;html=1;" value="+ getQuantity(): int" vertex="1">
+           <mxGeometry height="26" width="260" y="520" as="geometry" />
        </mxCell>
-         <mxCell id="VerSlCWYiG7tneTiTbQR-50" parent="VerSlCWYiG7tneTiTbQR-68" style="text;strokeColor=none;fillColor=none;align=left;verticalAlign=middle;spacingLeft=4;spacingRight=4;overflow=hidden;points=[[0,0.5],[1,0.5]];portConstraint=eastwest;rotatable=0;whiteSpace=wrap;html=1;" value="+ getTitle(): String" vertex="1">
-           <mxGeometry height="20" width="270" y="534" as="geometry" />
+         <mxCell id="c-V72etk8_Bwf_LZg_9q-28" parent="c-V72etk8_Bwf_LZg_9q-1" style="text;strokeColor=none;fillColor=none;align=left;verticalAlign=top;spacingLeft=4;spacingRight=4;overflow=hidden;rotatable=0;points=[[0,0.5],[1,0.5]];portConstraint=eastwest;whiteSpace=wrap;html=1;" value="+ setQuantity(): void" vertex="1">
+           <mxGeometry height="26" width="260" y="546" as="geometry" />
        </mxCell>
-         <mxCell id="VerSlCWYiG7tneTiTbQR-49" parent="VerSlCWYiG7tneTiTbQR-68" style="text;strokeColor=none;fillColor=none;align=left;verticalAlign=middle;spacingLeft=4;spacingRight=4;overflow=hidden;points=[[0,0.5],[1,0.5]];portConstraint=eastwest;rotatable=0;whiteSpace=wrap;html=1;" value="+ getId(): int" vertex="1">
-           <mxGeometry height="20" width="270" y="554" as="geometry" />
+         <mxCell id="c-V72etk8_Bwf_LZg_9q-29" parent="c-V72etk8_Bwf_LZg_9q-1" style="text;strokeColor=none;fillColor=none;align=left;verticalAlign=top;spacingLeft=4;spacingRight=4;overflow=hidden;rotatable=0;points=[[0,0.5],[1,0.5]];portConstraint=eastwest;whiteSpace=wrap;html=1;" value="+ increaseQuantity(): void" vertex="1">
+           <mxGeometry height="26" width="260" y="572" as="geometry" />
        </mxCell>
-         <mxCell id="VerSlCWYiG7tneTiTbQR-48" parent="VerSlCWYiG7tneTiTbQR-68" style="text;strokeColor=none;fillColor=none;align=left;verticalAlign=middle;spacingLeft=4;spacingRight=4;overflow=hidden;points=[[0,0.5],[1,0.5]];portConstraint=eastwest;rotatable=0;whiteSpace=wrap;html=1;fontStyle=2" value="+ checkedOut(): void" vertex="1">
-           <mxGeometry height="20" width="270" y="574" as="geometry" />
+         <mxCell id="c-V72etk8_Bwf_LZg_9q-30" parent="c-V72etk8_Bwf_LZg_9q-1" style="text;strokeColor=none;fillColor=none;align=left;verticalAlign=top;spacingLeft=4;spacingRight=4;overflow=hidden;rotatable=0;points=[[0,0.5],[1,0.5]];portConstraint=eastwest;whiteSpace=wrap;html=1;" value="+ decreaseQuantity(): void" vertex="1">
+           <mxGeometry height="26" width="260" y="598" as="geometry" />
        </mxCell>
-         <mxCell id="VerSlCWYiG7tneTiTbQR-74" parent="VerSlCWYiG7tneTiTbQR-68" style="text;strokeColor=none;fillColor=none;align=left;verticalAlign=top;spacingLeft=4;spacingRight=4;overflow=hidden;rotatable=0;points=[[0,0.5],[1,0.5]];portConstraint=eastwest;whiteSpace=wrap;html=1;" value="+ addObserver(observer IObserver): void&amp;nbsp;" vertex="1">
-           <mxGeometry height="26" width="270" y="594" as="geometry" />
+         <mxCell id="c-V72etk8_Bwf_LZg_9q-31" parent="c-V72etk8_Bwf_LZg_9q-1" style="text;strokeColor=none;fillColor=none;align=left;verticalAlign=top;spacingLeft=4;spacingRight=4;overflow=hidden;rotatable=0;points=[[0,0.5],[1,0.5]];portConstraint=eastwest;whiteSpace=wrap;html=1;" value="&lt;i&gt;+ print(): void&lt;/i&gt;" vertex="1">
+           <mxGeometry height="26" width="260" y="624" as="geometry" />
        </mxCell>
-         <mxCell id="VerSlCWYiG7tneTiTbQR-76" parent="VerSlCWYiG7tneTiTbQR-68" style="text;strokeColor=none;fillColor=none;align=left;verticalAlign=top;spacingLeft=4;spacingRight=4;overflow=hidden;rotatable=0;points=[[0,0.5],[1,0.5]];portConstraint=eastwest;whiteSpace=wrap;html=1;" value="+ notifyObservers(item: LibraryItem): void" vertex="1">
-           <mxGeometry height="26" width="270" y="620" as="geometry" />
-         </mxCell>
-         <mxCell id="VerSlCWYiG7tneTiTbQR-75" parent="VerSlCWYiG7tneTiTbQR-68" style="text;strokeColor=none;fillColor=none;align=left;verticalAlign=top;spacingLeft=4;spacingRight=4;overflow=hidden;rotatable=0;points=[[0,0.5],[1,0.5]];portConstraint=eastwest;whiteSpace=wrap;html=1;" value="+ removeObserver(observer IObserver): void&amp;nbsp;" vertex="1">
-           <mxGeometry height="26" width="270" y="646" as="geometry" />
+         <mxCell id="c-V72etk8_Bwf_LZg_9q-32" parent="c-V72etk8_Bwf_LZg_9q-1" style="text;strokeColor=none;fillColor=none;align=left;verticalAlign=top;spacingLeft=4;spacingRight=4;overflow=hidden;rotatable=0;points=[[0,0.5],[1,0.5]];portConstraint=eastwest;whiteSpace=wrap;html=1;" value="&lt;i&gt;+ getType(): void&lt;/i&gt;" vertex="1">
+           <mxGeometry height="26" width="260" y="650" as="geometry" />
        </mxCell>
      </root>
    </mxGraphModel>
  </diagram>
</mxfile>
